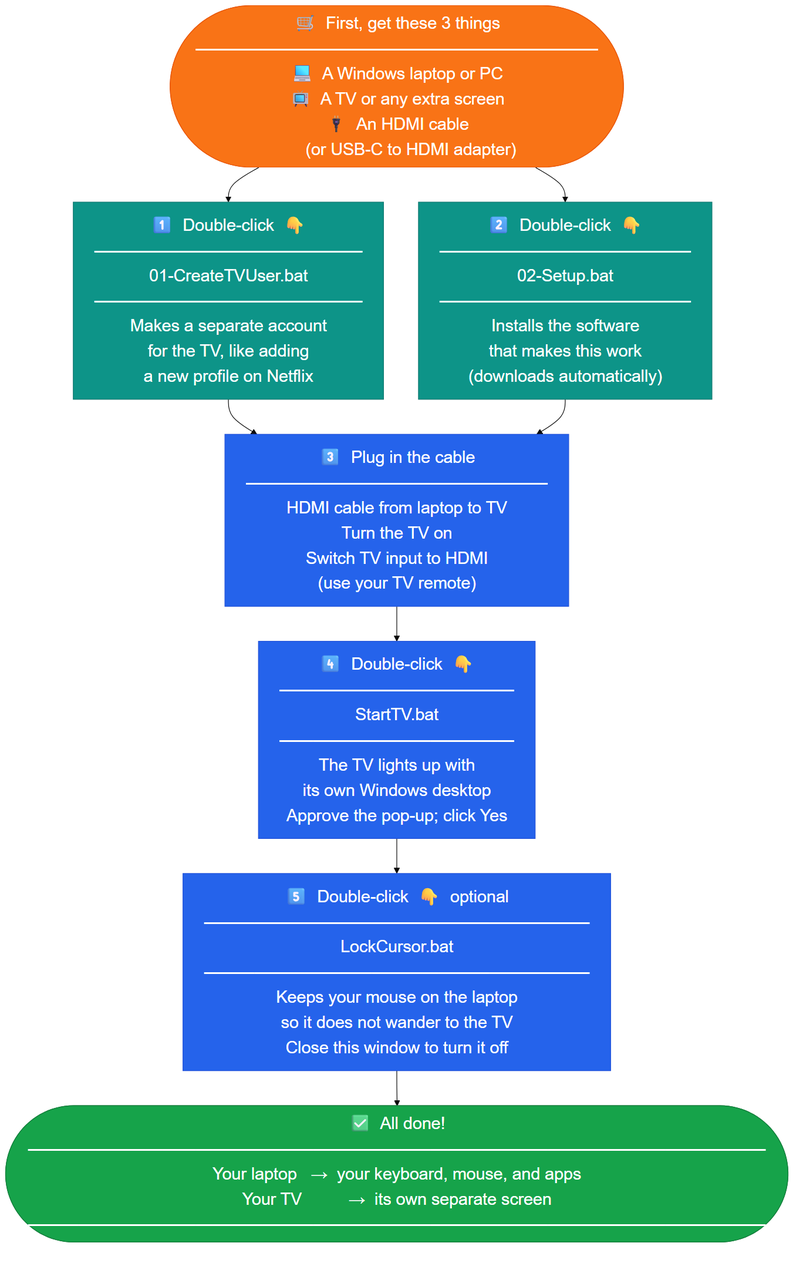
Before: docs/setup-guide.png, a diagram exported from Mermaid (priyasogani8-star/tv-as-second-screen). Its source is kept beside it as docs/setup-guide.mmd.
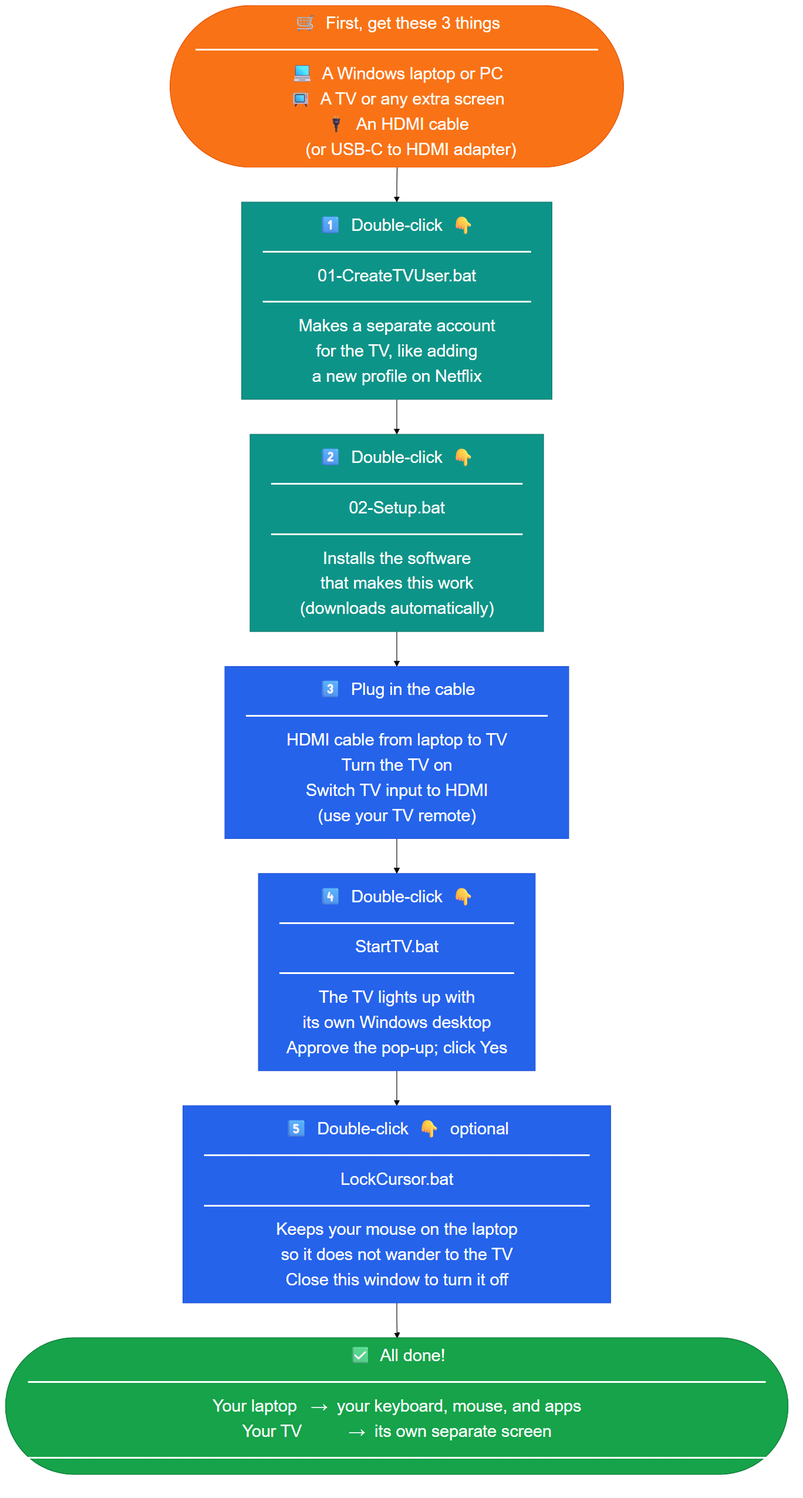
After the commit.

What changed in the source:
```diff
@@ -9,9 +9,9 @@
 
     NEED --> S1["1️⃣  Double-click  👇\n━━━━━━━━━━━━━━━━\n01-CreateTVUser.bat\n━━━━━━━━━━━━━━━━\nMakes a separate account\nfor the TV, like adding\na new profile on Netflix"]:::once
 
-    NEED --> S2["2️⃣  Double-click  👇\n━━━━━━━━━━━━━━━\n02-Setup.bat\n━━━━━━━━━━━━━━━\nInstalls the software\nthat makes this work\n(downloads automatically)"]:::once
+    S1 --> S2["2️⃣  Double-click  👇\n━━━━━━━━━━━━━━━\n02-Setup.bat\n━━━━━━━━━━━━━━━\nInstalls the software\nthat makes this work\n(downloads automatically)"]:::once
 
-    S1 & S2 --> S3["3️⃣  Plug in the cable\n━━━━━━━━━━━━━━━━━━\nHDMI cable from laptop to TV\nTurn the TV on\nSwitch TV input to HDMI\n(use your TV remote)"]:::daily
+    S2 --> S3["3️⃣  Plug in the cable\n━━━━━━━━━━━━━━━━━━\nHDMI cable from laptop to TV\nTurn the TV on\nSwitch TV input to HDMI\n(use your TV remote)"]:::daily
 
     S3 --> S4["4️⃣  Double-click  👇\n━━━━━━━━━━━━━━\nStartTV.bat\n━━━━━━━━━━━━━━\nThe TV lights up with\nits own Windows desktop\nApprove the pop-up; click Yes"]:::daily
 
```
